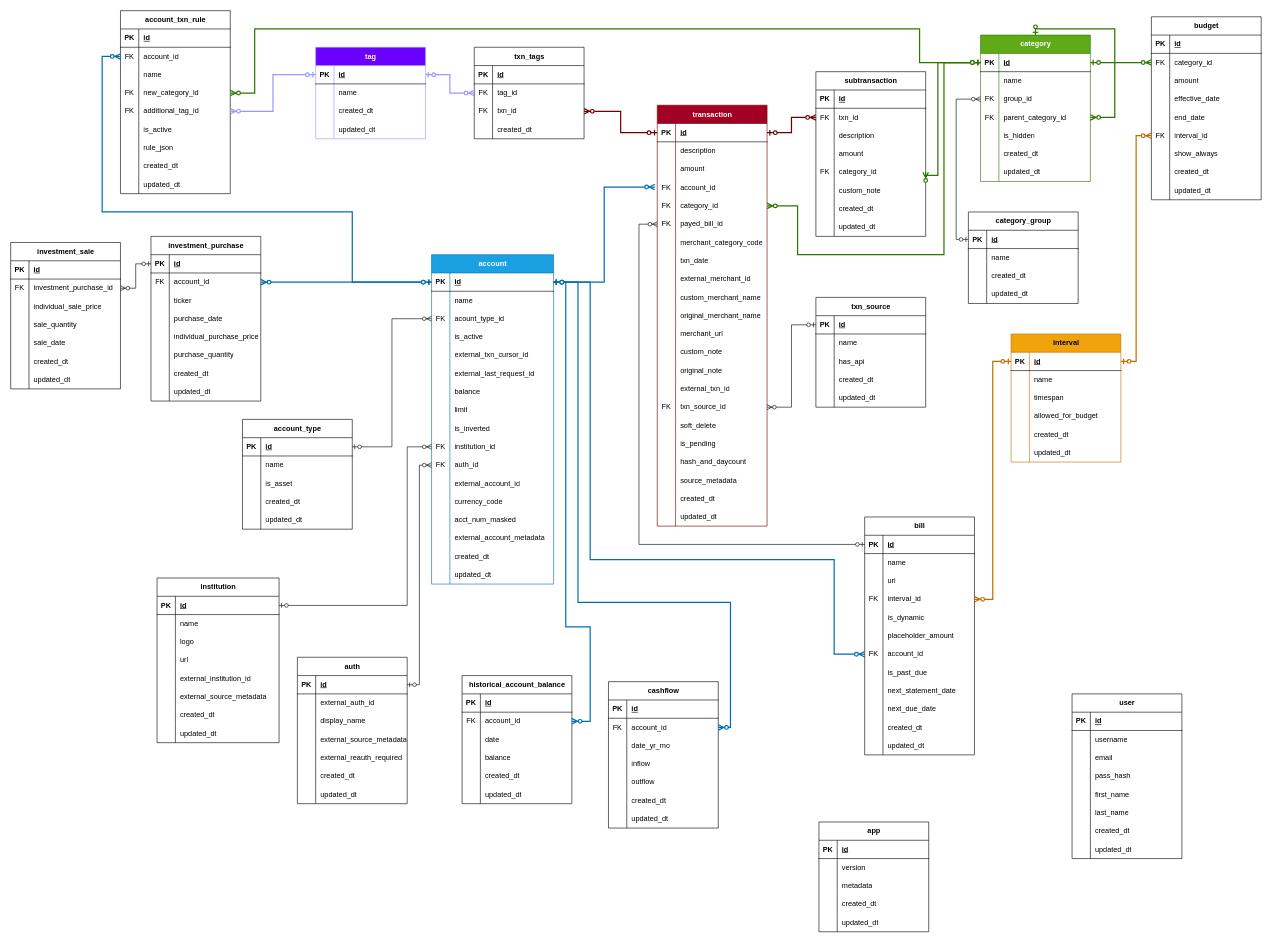
Before: maple_erd.drawio in defron/maple, a draw.io diagram. Source tidied: cells renumbered, new cells numbered last; positions are measured from the earlier drawing's top-left corner, leaving out a move shared by most shapes. Both pictures are drawn from the tidied source at 61%, with x=0, y=0 at pixel (10, 10).
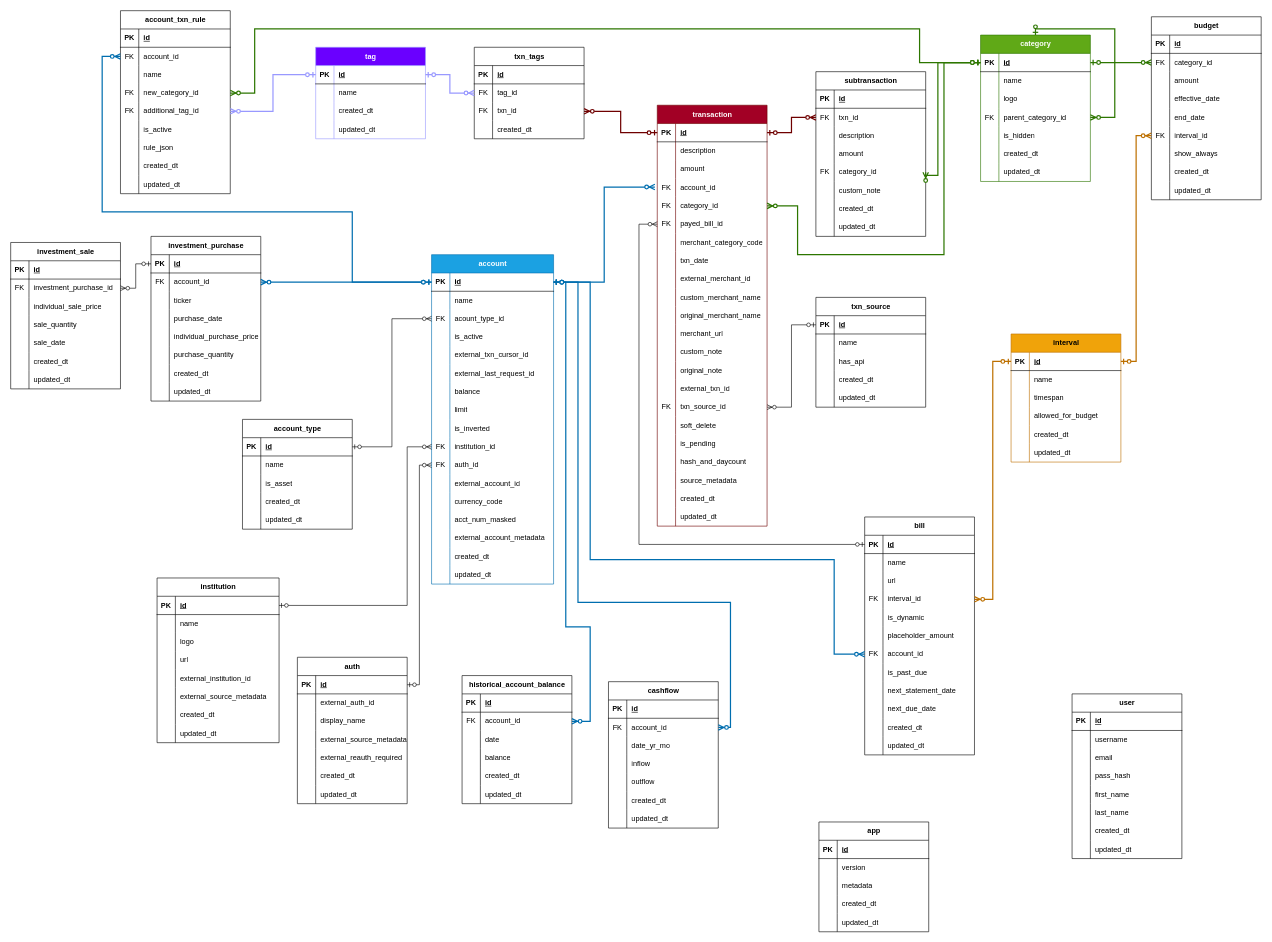
The same page after the edit.

The change refers to these unchanged cells:
```xml
<mxCell id="22" style="shape=tableRow;horizontal=0;startSize=0;swimlaneHead=0;swimlaneBody=0;fillColor=none;points=[[0,0.5],[1,0.5]];portConstraint=eastwest;top=0;left=0;right=0;bottom=0;" parent="15" vertex="1">
  <mxGeometry y="90" width="180" height="30" as="geometry" />
</mxCell>
```

What changed in the source:
```diff
@@
-    <mxCell id="2" value="category_group" style="shape=table;startSize=30;childLayout=tableLayout;rowLines=0;fontStyle=1;align=center;html=1;" parent="1" vertex="1">
-      <mxGeometry x="1570" y="330" width="180" height="150" as="geometry" />
-    </mxCell>
-    <mxCell id="3" style="shape=tableRow;horizontal=0;startSize=0;swimlaneHead=0;swimlaneBody=0;fillColor=none;points=[[0,0.5],[1,0.5]];portConstraint=eastwest;top=0;left=0;right=0;bottom=1;" parent="2" vertex="1">
-      <mxGeometry y="30" width="180" height="30" as="geometry" />
-    </mxCell>
-    <mxCell id="4" value="PK" style="shape=partialRectangle;fillColor=none;top=0;left=0;bottom=0;right=0;fontStyle=1;overflow=hidden;whiteSpace=wrap;html=1;" parent="3" vertex="1">
-      <mxGeometry width="30" height="30" as="geometry" />
-    </mxCell>
-    <mxCell id="5" value="id" style="shape=partialRectangle;fillColor=none;top=0;left=0;bottom=0;right=0;align=left;spacingLeft=6;fontStyle=5;overflow=hidden;whiteSpace=wrap;html=1;" parent="3" vertex="1">
-      <mxGeometry x="30" width="150" height="30" as="geometry" />
-    </mxCell>
-    <mxCell id="6" style="shape=tableRow;horizontal=0;startSize=0;swimlaneHead=0;swimlaneBody=0;fillColor=none;top=0;left=0;right=0;bottom=0;" parent="2" vertex="1">
-      <mxGeometry y="60" width="180" height="30" as="geometry" />
-    </mxCell>
-    <mxCell id="7" style="shape=partialRectangle;fillColor=none;top=0;left=0;bottom=0;right=0;overflow=hidden;whiteSpace=wrap;html=1;" parent="6" vertex="1">
-      <mxGeometry width="30" height="30" as="geometry" />
-    </mxCell>
-    <mxCell id="8" value="name" style="shape=partialRectangle;fillColor=none;top=0;left=0;bottom=0;right=0;align=left;spacingLeft=6;overflow=hidden;whiteSpace=wrap;html=1;" parent="6" vertex="1">
-      <mxGeometry x="30" width="150" height="30" as="geometry" />
-    </mxCell>
-    <mxCell id="9" style="shape=tableRow;horizontal=0;startSize=0;swimlaneHead=0;swimlaneBody=0;fillColor=none;top=0;left=0;right=0;bottom=0;" parent="2" vertex="1">
-      <mxGeometry y="90" width="180" height="30" as="geometry" />
-    </mxCell>
-    <mxCell id="10" style="shape=partialRectangle;fillColor=none;top=0;left=0;bottom=0;right=0;overflow=hidden;whiteSpace=wrap;html=1;" parent="9" vertex="1">
-      <mxGeometry width="30" height="30" as="geometry" />
-    </mxCell>
-    <mxCell id="11" value="created_dt" style="shape=partialRectangle;fillColor=none;top=0;left=0;bottom=0;right=0;align=left;spacingLeft=6;overflow=hidden;whiteSpace=wrap;html=1;" parent="9" vertex="1">
-      <mxGeometry x="30" width="150" height="30" as="geometry" />
-    </mxCell>
-    <mxCell id="12" style="shape=tableRow;horizontal=0;startSize=0;swimlaneHead=0;swimlaneBody=0;fillColor=none;top=0;left=0;right=0;bottom=0;" parent="2" vertex="1">
-      <mxGeometry y="120" width="180" height="30" as="geometry" />
-    </mxCell>
-    <mxCell id="13" style="shape=partialRectangle;fillColor=none;top=0;left=0;bottom=0;right=0;overflow=hidden;whiteSpace=wrap;html=1;" parent="12" vertex="1">
-      <mxGeometry width="30" height="30" as="geometry" />
-    </mxCell>
-    <mxCell id="14" value="&lt;div&gt;updated_dt&lt;/div&gt;" style="shape=partialRectangle;fillColor=none;top=0;left=0;bottom=0;right=0;align=left;spacingLeft=6;overflow=hidden;whiteSpace=wrap;html=1;" parent="12" vertex="1">
-      <mxGeometry x="30" width="150" height="30" as="geometry" />
-    </mxCell>
@@
-    <mxCell id="23" value="FK" style="shape=partialRectangle;fillColor=none;top=0;left=0;bottom=0;right=0;overflow=hidden;whiteSpace=wrap;html=1;" parent="22" vertex="1">
+    <mxCell id="23" style="shape=partialRectangle;fillColor=none;top=0;left=0;bottom=0;right=0;overflow=hidden;whiteSpace=wrap;html=1;" parent="22" vertex="1">
       <mxGeometry width="30" height="30" as="geometry" />
     </mxCell>
-    <mxCell id="24" value="group_id" style="shape=partialRectangle;fillColor=none;top=0;left=0;bottom=0;right=0;align=left;spacingLeft=6;overflow=hidden;whiteSpace=wrap;html=1;" parent="22" vertex="1">
+    <mxCell id="24" value="logo" style="shape=partialRectangle;fillColor=none;top=0;left=0;bottom=0;right=0;align=left;spacingLeft=6;overflow=hidden;whiteSpace=wrap;html=1;" parent="22" vertex="1">
       <mxGeometry x="30" width="150" height="30" as="geometry" />
     </mxCell>
@@
-    <mxCell id="487" style="edgeStyle=orthogonalEdgeStyle;fontSize=12;html=1;endArrow=ERzeroToMany;startArrow=ERzeroToOne;rounded=0;entryX=0;entryY=0.5;entryDx=0;entryDy=0;exitX=0;exitY=0.5;exitDx=0;exitDy=0;" parent="1" edge="1" source="3" target="22">
-      <mxGeometry relative="1" as="geometry">
-        <Array as="points">
-          <mxPoint x="1550" y="375" />
-          <mxPoint x="1550" y="145" />
-        </Array>
-      </mxGeometry>
-    </mxCell>
```
